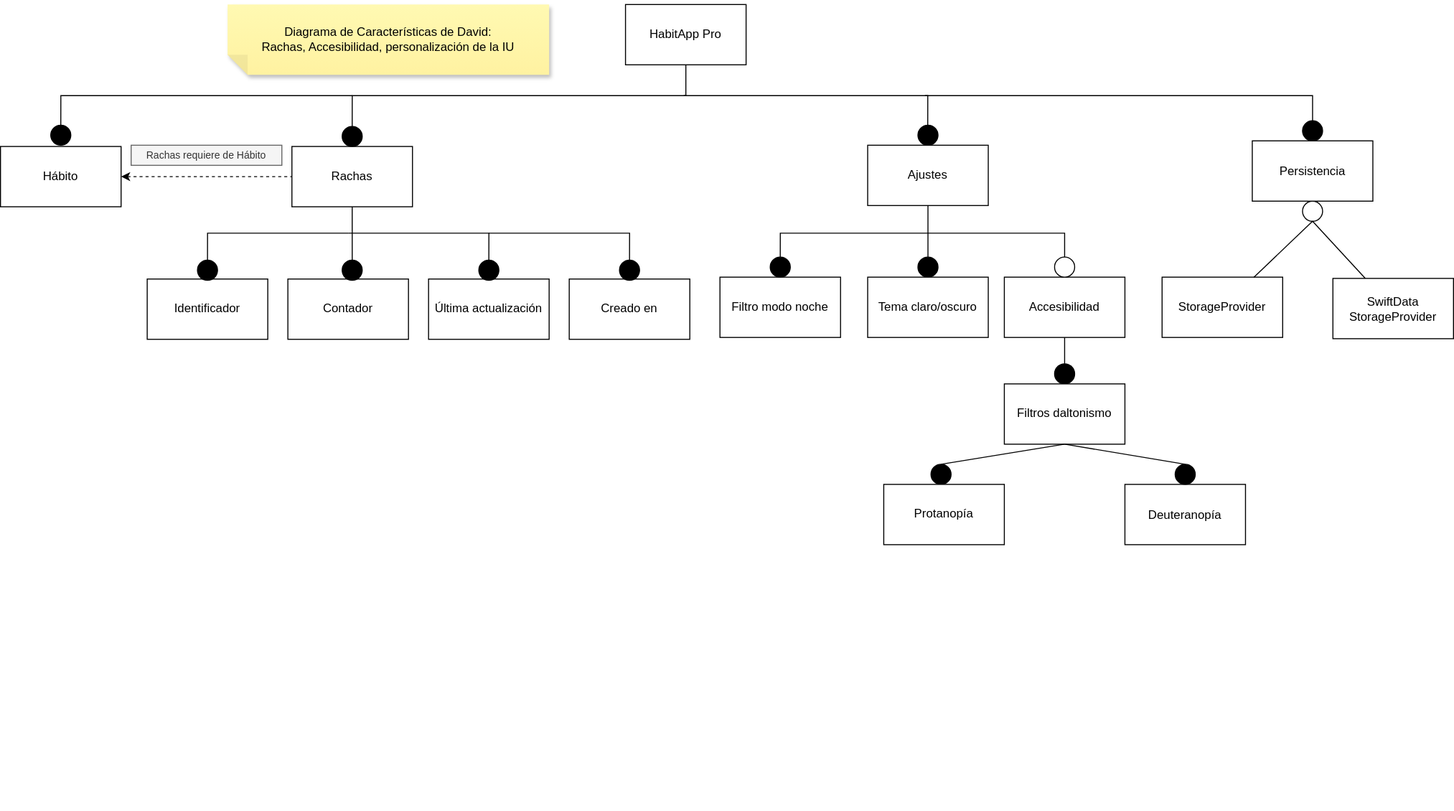
This is engineering/Diagrama de Características David.drawio.svg from uallps/habitapp3, a draw.io export, as it was before one commit. Source tidied: cells renumbered, new cells last; positions are measured from the earlier drawing's top-left corner, leaving out a move shared by most shapes. The source it was exported from:
```xml
<mxGraphModel>
  <root>
    <mxCell id="0" />
    <mxCell id="1" parent="0" />
    <mxCell id="2" style="group;" parent="1" vertex="1">
      <mxGeometry y="177.5" width="485" height="625" as="geometry" />
    </mxCell>
    <mxCell id="3" style="rounded=0;jettySize=auto;html=1;endArrow=none;startFill=0;exitX=0.5;exitY=1;exitDx=0;exitDy=0;" parent="1" edge="1" source="4" target="7">
      <mxGeometry relative="1" as="geometry" />
    </mxCell>
    <mxCell id="4" style="ellipse;whiteSpace=wrap;html=1;fillColor=#FFFFFF;" parent="1" vertex="1">
      <mxGeometry x="1295.8" y="195.7" width="20" height="20" as="geometry" />
    </mxCell>
    <mxCell id="5" value="StorageProvider" style="rounded=0;whiteSpace=wrap;html=1;" parent="1" vertex="1">
      <mxGeometry x="1156" y="271.3" width="120" height="60" as="geometry" />
    </mxCell>
    <mxCell id="6" style="endArrow=none;html=1;rounded=0;endFill=0;exitX=0.5;exitY=1;exitDx=0;exitDy=0;" parent="1" edge="1" source="4" target="5">
      <mxGeometry relative="1" as="geometry" />
    </mxCell>
    <mxCell id="7" value="SwiftData&lt;div&gt;StorageProvider&lt;/div&gt;" style="rounded=0;whiteSpace=wrap;html=1;" parent="1" vertex="1">
      <mxGeometry x="1326" y="272.5" width="120" height="60" as="geometry" />
    </mxCell>
    <mxCell id="8" value="&lt;div&gt;Diagrama de Características de David:&lt;/div&gt;&lt;div&gt;Rachas, Accesibilidad, personalización de la IU&lt;/div&gt;" style="shape=note;whiteSpace=wrap;html=1;backgroundOutline=1;fontColor=#000000;darkOpacity=0.05;fillColor=#FFF9B2;strokeColor=none;fillStyle=solid;direction=west;gradientDirection=north;gradientColor=#FFF2A1;shadow=1;size=20;" parent="1" vertex="1">
      <mxGeometry x="226" width="320" height="70" as="geometry" />
    </mxCell>
    <mxCell id="9" style="edgeStyle=orthogonalEdgeStyle;rounded=0;jettySize=auto;html=1;entryX=0.5;entryY=0;entryDx=0;entryDy=0;endArrow=none;startFill=0;" parent="1" edge="1" source="11" target="14">
      <mxGeometry relative="1" as="geometry">
        <Array as="points">
          <mxPoint x="682" y="90.7" />
          <mxPoint x="350" y="90.7" />
        </Array>
      </mxGeometry>
    </mxCell>
    <mxCell id="10" style="edgeStyle=orthogonalEdgeStyle;rounded=0;orthogonalLoop=1;jettySize=auto;html=1;endArrow=none;startFill=0;" parent="1" edge="1">
      <mxGeometry relative="1" as="geometry">
        <mxPoint x="680" y="90.7" as="sourcePoint" />
        <mxPoint x="922.8" y="121.2" as="targetPoint" />
      </mxGeometry>
    </mxCell>
    <mxCell id="11" value="HabitApp Pro" style="rounded=0;whiteSpace=wrap;html=1;" parent="1" vertex="1">
      <mxGeometry x="622" width="120" height="60" as="geometry" />
    </mxCell>
    <mxCell id="12" style="edgeStyle=orthogonalEdgeStyle;rounded=0;jettySize=auto;html=1;entryX=0.5;entryY=0;entryDx=0;entryDy=0;endArrow=none;endFill=0;exitX=0.5;exitY=1;exitDx=0;exitDy=0;" parent="1" edge="1" source="13" target="18">
      <mxGeometry relative="1" as="geometry">
        <Array as="points">
          <mxPoint x="350" y="290.7" />
        </Array>
      </mxGeometry>
    </mxCell>
    <mxCell id="13" value="Rachas" style="rounded=0;whiteSpace=wrap;html=1;" parent="1" vertex="1">
      <mxGeometry x="290" y="141.2" width="120" height="60" as="geometry" />
    </mxCell>
    <mxCell id="14" style="ellipse;whiteSpace=wrap;html=1;fillColor=#000000;" parent="1" vertex="1">
      <mxGeometry x="340" y="121.2" width="20" height="20" as="geometry" />
    </mxCell>
    <mxCell id="15" value="Identificador" style="rounded=0;whiteSpace=wrap;html=1;" parent="1" vertex="1">
      <mxGeometry x="146" y="273.1" width="120" height="60" as="geometry" />
    </mxCell>
    <mxCell id="16" style="ellipse;whiteSpace=wrap;html=1;fillColor=#000000;" parent="1" vertex="1">
      <mxGeometry x="196" y="254.4" width="20" height="20" as="geometry" />
    </mxCell>
    <mxCell id="17" value="Contador" style="rounded=0;whiteSpace=wrap;html=1;" parent="1" vertex="1">
      <mxGeometry x="286" y="273.1" width="120" height="60" as="geometry" />
    </mxCell>
    <mxCell id="18" style="ellipse;whiteSpace=wrap;html=1;fillColor=#000000;" parent="1" vertex="1">
      <mxGeometry x="340" y="254.4" width="20" height="20" as="geometry" />
    </mxCell>
    <mxCell id="19" value="Última actualización" style="rounded=0;whiteSpace=wrap;html=1;" parent="1" vertex="1">
      <mxGeometry x="426" y="273.1" width="120" height="60" as="geometry" />
    </mxCell>
    <mxCell id="20" style="ellipse;whiteSpace=wrap;html=1;fillColor=#000000;" parent="1" vertex="1">
      <mxGeometry x="476" y="254.4" width="20" height="20" as="geometry" />
    </mxCell>
    <mxCell id="21" value="Creado en" style="rounded=0;whiteSpace=wrap;html=1;" parent="1" vertex="1">
      <mxGeometry x="566" y="273.1" width="120" height="60" as="geometry" />
    </mxCell>
    <mxCell id="22" style="ellipse;whiteSpace=wrap;html=1;fillColor=#000000;" parent="1" vertex="1">
      <mxGeometry x="616" y="254.4" width="20" height="20" as="geometry" />
    </mxCell>
    <mxCell id="23" value="Filtro modo noche" style="rounded=0;whiteSpace=wrap;html=1;" parent="1" vertex="1">
      <mxGeometry x="716" y="271.3" width="120" height="60" as="geometry" />
    </mxCell>
    <mxCell id="24" style="ellipse;whiteSpace=wrap;html=1;fillColor=#000000;" parent="1" vertex="1">
      <mxGeometry x="766" y="251.3" width="20" height="20" as="geometry" />
    </mxCell>
    <mxCell id="25" value="Persistencia" style="rounded=0;whiteSpace=wrap;html=1;" parent="1" vertex="1">
      <mxGeometry x="1245.8" y="135.7" width="120" height="60" as="geometry" />
    </mxCell>
    <mxCell id="26" style="ellipse;whiteSpace=wrap;html=1;fillColor=#000000;" parent="1" vertex="1">
      <mxGeometry x="1295.8" y="115.7" width="20" height="20" as="geometry" />
    </mxCell>
    <mxCell id="27" style="ellipse;whiteSpace=wrap;html=1;fillColor=#000000;" parent="1" vertex="1">
      <mxGeometry x="913" y="120" width="20" height="20" as="geometry" />
    </mxCell>
    <mxCell id="28" style="ellipse;whiteSpace=wrap;html=1;fillColor=#000000;" parent="1" vertex="1">
      <mxGeometry x="1049" y="357.5" width="20" height="20" as="geometry" />
    </mxCell>
    <mxCell id="29" style="rounded=0;jettySize=auto;html=1;entryX=0.5;entryY=0;entryDx=0;entryDy=0;endArrow=none;endFill=0;" parent="1" edge="1" source="30" target="28">
      <mxGeometry relative="1" as="geometry" />
    </mxCell>
    <mxCell id="30" value="Accesibilidad" style="rounded=0;whiteSpace=wrap;html=1;" parent="1" vertex="1">
      <mxGeometry x="999" y="271.3" width="120" height="60" as="geometry" />
    </mxCell>
    <mxCell id="31" value="&lt;font style=&quot;font-size: 10px;&quot;&gt;Rachas requiere de Hábito&lt;/font&gt;" style="rounded=0;whiteSpace=wrap;html=1;fillColor=#f5f5f5;fontColor=#333333;strokeColor=#666666;" parent="1" vertex="1">
      <mxGeometry x="130" y="140" width="150" height="20" as="geometry" />
    </mxCell>
    <mxCell id="32" style="ellipse;whiteSpace=wrap;html=1;fillColor=#000000;" parent="1" vertex="1">
      <mxGeometry x="913" y="251.3" width="20" height="20" as="geometry" />
    </mxCell>
    <mxCell id="33" value="Tema claro/oscuro" style="rounded=0;whiteSpace=wrap;html=1;" parent="1" vertex="1">
      <mxGeometry x="863" y="271.3" width="120" height="60" as="geometry" />
    </mxCell>
    <mxCell id="34" style="ellipse;whiteSpace=wrap;html=1;fillColor=#FFFFFF;" parent="1" vertex="1">
      <mxGeometry x="1049" y="251.3" width="20" height="20" as="geometry" />
    </mxCell>
    <mxCell id="35" value="Hábito" style="rounded=0;whiteSpace=wrap;html=1;" parent="1" vertex="1">
      <mxGeometry y="141.2" width="120" height="60" as="geometry" />
    </mxCell>
    <mxCell id="36" style="ellipse;whiteSpace=wrap;html=1;fillColor=#000000;" parent="1" vertex="1">
      <mxGeometry x="50" y="120" width="20" height="20" as="geometry" />
    </mxCell>
    <mxCell id="37" style="endArrow=none;html=1;rounded=0;entryX=0.5;entryY=0;entryDx=0;entryDy=0;edgeStyle=orthogonalEdgeStyle;" parent="1" edge="1" target="36">
      <mxGeometry relative="1" as="geometry">
        <mxPoint x="350" y="90.7" as="sourcePoint" />
      </mxGeometry>
    </mxCell>
    <mxCell id="38" style="endArrow=none;startArrow=classic;html=1;rounded=0;exitX=1;exitY=0.5;exitDx=0;exitDy=0;entryX=0;entryY=0.5;entryDx=0;entryDy=0;dashed=1;edgeStyle=orthogonalEdgeStyle;endFill=0;" parent="1" edge="1" source="35" target="13">
      <mxGeometry relative="1" as="geometry">
        <Array as="points">
          <mxPoint x="290" y="171.7" />
        </Array>
      </mxGeometry>
    </mxCell>
    <mxCell id="39" value="Filtros daltonismo" style="rounded=0;whiteSpace=wrap;html=1;" parent="1" vertex="1">
      <mxGeometry x="999" y="377.5" width="120" height="60" as="geometry" />
    </mxCell>
    <mxCell id="40" value="Ajustes" style="rounded=0;whiteSpace=wrap;html=1;" parent="1" vertex="1">
      <mxGeometry x="863" y="140" width="120" height="60" as="geometry" />
    </mxCell>
    <mxCell id="41" style="endArrow=none;html=1;rounded=0;exitX=0.5;exitY=0;exitDx=0;exitDy=0;edgeStyle=orthogonalEdgeStyle;" parent="1" edge="1" source="16">
      <mxGeometry relative="1" as="geometry">
        <mxPoint x="346" y="227.5" as="targetPoint" />
        <Array as="points">
          <mxPoint x="206" y="227.5" />
        </Array>
      </mxGeometry>
    </mxCell>
    <mxCell id="42" style="endArrow=none;html=1;rounded=0;entryX=0.5;entryY=0;entryDx=0;entryDy=0;edgeStyle=orthogonalEdgeStyle;" parent="1" edge="1" target="20">
      <mxGeometry relative="1" as="geometry">
        <mxPoint x="346" y="227.5" as="sourcePoint" />
      </mxGeometry>
    </mxCell>
    <mxCell id="43" style="endArrow=none;html=1;rounded=0;exitX=0.5;exitY=0;exitDx=0;exitDy=0;edgeStyle=orthogonalEdgeStyle;" parent="1" edge="1" source="22">
      <mxGeometry relative="1" as="geometry">
        <mxPoint x="486" y="227.5" as="targetPoint" />
        <Array as="points">
          <mxPoint x="626" y="227.5" />
        </Array>
      </mxGeometry>
    </mxCell>
    <mxCell id="44" style="endArrow=none;html=1;rounded=0;entryX=0.5;entryY=0;entryDx=0;entryDy=0;edgeStyle=orthogonalEdgeStyle;" parent="1" edge="1" target="26">
      <mxGeometry relative="1" as="geometry">
        <mxPoint x="920" y="90.7" as="sourcePoint" />
      </mxGeometry>
    </mxCell>
    <mxCell id="45" style="endArrow=none;html=1;rounded=0;entryX=0.5;entryY=1;entryDx=0;entryDy=0;exitX=0.5;exitY=0;exitDx=0;exitDy=0;" parent="1" edge="1" source="32" target="40">
      <mxGeometry relative="1" as="geometry" />
    </mxCell>
    <mxCell id="46" style="endArrow=none;html=1;rounded=0;exitX=0.5;exitY=0;exitDx=0;exitDy=0;entryX=0.5;entryY=0;entryDx=0;entryDy=0;edgeStyle=orthogonalEdgeStyle;" parent="1" edge="1" source="24" target="34">
      <mxGeometry relative="1" as="geometry">
        <Array as="points">
          <mxPoint x="776" y="227.5" />
          <mxPoint x="1059" y="227.5" />
        </Array>
      </mxGeometry>
    </mxCell>
    <mxCell id="47" style="ellipse;whiteSpace=wrap;html=1;fillColor=#000000;" parent="1" vertex="1">
      <mxGeometry x="926" y="457.5" width="20" height="20" as="geometry" />
    </mxCell>
    <mxCell id="48" style="rounded=0;jettySize=auto;html=1;entryX=0.5;entryY=0;entryDx=0;entryDy=0;endArrow=none;endFill=0;" parent="1" edge="1" target="47">
      <mxGeometry relative="1" as="geometry">
        <mxPoint x="1059" y="437.5" as="sourcePoint" />
      </mxGeometry>
    </mxCell>
    <mxCell id="49" value="Protanopía" style="rounded=0;whiteSpace=wrap;html=1;" parent="1" vertex="1">
      <mxGeometry x="879" y="477.5" width="120" height="60" as="geometry" />
    </mxCell>
    <mxCell id="50" value="Deuteranopía" style="rounded=0;whiteSpace=wrap;html=1;" parent="1" vertex="1">
      <mxGeometry x="1119" y="477.5" width="120" height="60" as="geometry" />
    </mxCell>
    <mxCell id="51" style="ellipse;whiteSpace=wrap;html=1;fillColor=#000000;" parent="1" vertex="1">
      <mxGeometry x="1169" y="457.5" width="20" height="20" as="geometry" />
    </mxCell>
    <mxCell id="52" style="rounded=0;jettySize=auto;html=1;entryX=0.5;entryY=0;entryDx=0;entryDy=0;endArrow=none;endFill=0;exitX=0.5;exitY=1;exitDx=0;exitDy=0;" parent="1" edge="1" source="39" target="51">
      <mxGeometry relative="1" as="geometry" />
    </mxCell>
  </root>
</mxGraphModel>
```
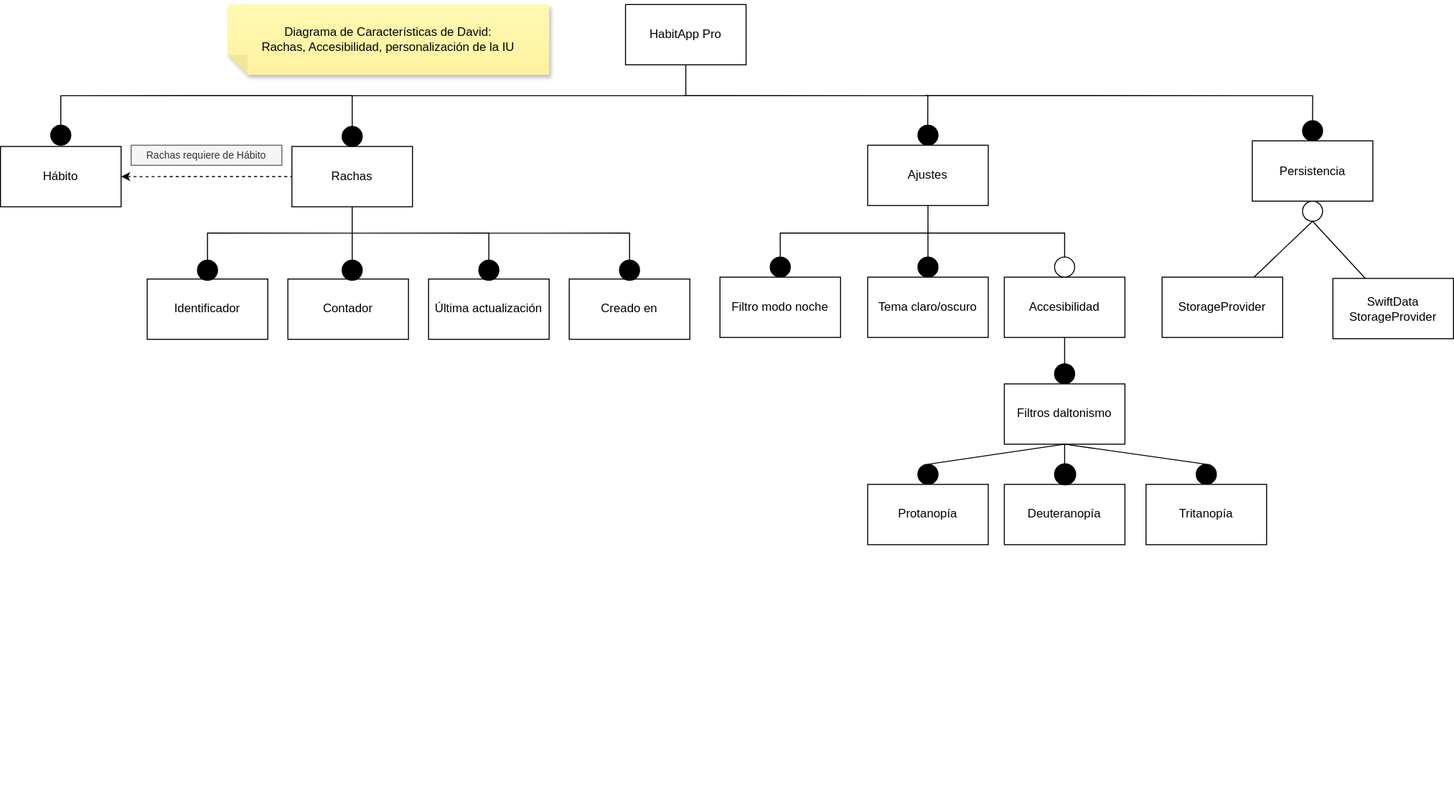
The same file after the commit.

Commit message:
fix: Diagrama de Características David

The edit, as a diff of the source:
```diff
@@ -175,7 +175,7 @@
       </mxGeometry>
     </mxCell>
     <mxCell id="47" style="ellipse;whiteSpace=wrap;html=1;fillColor=#000000;" parent="1" vertex="1">
-      <mxGeometry x="926" y="457.5" width="20" height="20" as="geometry" />
+      <mxGeometry x="913" y="457.5" width="20" height="20" as="geometry" />
     </mxCell>
     <mxCell id="48" style="rounded=0;jettySize=auto;html=1;entryX=0.5;entryY=0;entryDx=0;entryDy=0;endArrow=none;endFill=0;" parent="1" edge="1" target="47">
       <mxGeometry relative="1" as="geometry">
@@ -183,16 +183,25 @@
       </mxGeometry>
     </mxCell>
     <mxCell id="49" value="Protanopía" style="rounded=0;whiteSpace=wrap;html=1;" parent="1" vertex="1">
-      <mxGeometry x="879" y="477.5" width="120" height="60" as="geometry" />
+      <mxGeometry x="863" y="477.5" width="120" height="60" as="geometry" />
     </mxCell>
     <mxCell id="50" value="Deuteranopía" style="rounded=0;whiteSpace=wrap;html=1;" parent="1" vertex="1">
-      <mxGeometry x="1119" y="477.5" width="120" height="60" as="geometry" />
+      <mxGeometry x="999" y="477.5" width="120" height="60" as="geometry" />
     </mxCell>
     <mxCell id="51" style="ellipse;whiteSpace=wrap;html=1;fillColor=#000000;" parent="1" vertex="1">
-      <mxGeometry x="1169" y="457.5" width="20" height="20" as="geometry" />
+      <mxGeometry x="1190" y="457.5" width="20" height="20" as="geometry" />
     </mxCell>
     <mxCell id="52" style="rounded=0;jettySize=auto;html=1;entryX=0.5;entryY=0;entryDx=0;entryDy=0;endArrow=none;endFill=0;exitX=0.5;exitY=1;exitDx=0;exitDy=0;" parent="1" edge="1" source="39" target="51">
       <mxGeometry relative="1" as="geometry" />
     </mxCell>
+    <mxCell id="53" value="Tritanopía" style="rounded=0;whiteSpace=wrap;html=1;" parent="1" vertex="1">
+      <mxGeometry x="1140" y="477.5" width="120" height="60" as="geometry" />
+    </mxCell>
+    <mxCell id="54" style="endArrow=none;html=1;rounded=0;entryX=0.5;entryY=1;entryDx=0;entryDy=0;exitX=0.5;exitY=0;exitDx=0;exitDy=0;" parent="1" edge="1" source="50" target="39">
+      <mxGeometry relative="1" as="geometry" />
+    </mxCell>
+    <mxCell id="55" style="ellipse;whiteSpace=wrap;html=1;fillColor=#000000;" parent="1" vertex="1">
+      <mxGeometry x="1049" y="457" width="21" height="21" as="geometry" />
+    </mxCell>
   </root>
 </mxGraphModel>
```
